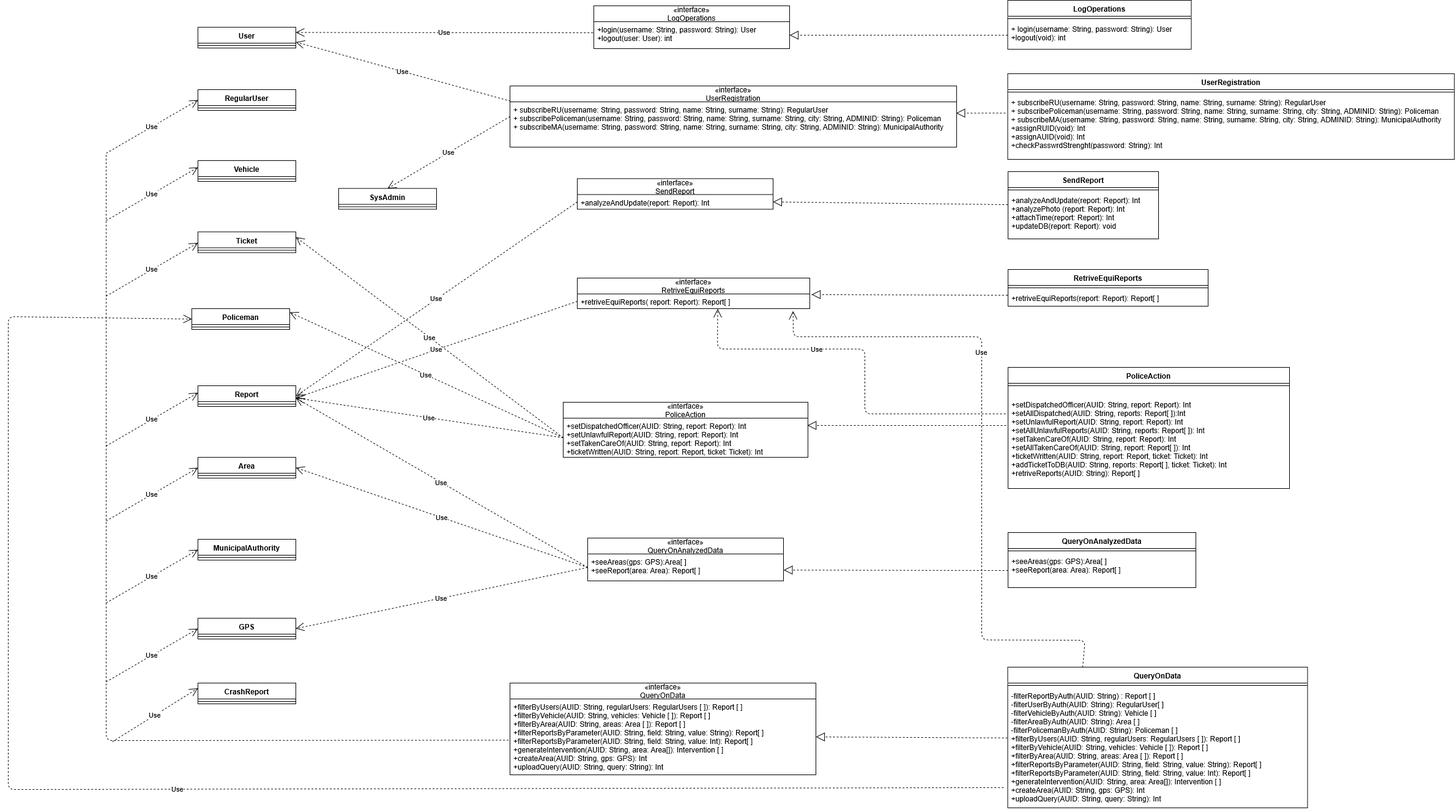
Earlier version of the draw.io export DD/Images/component_class_relation.png (fafrullo2/PanzeriPeruginiPipita). Source tidied: cells renumbered, new cells last; positions are measured from the earlier drawing's top-left corner, leaving out a move shared by most shapes.
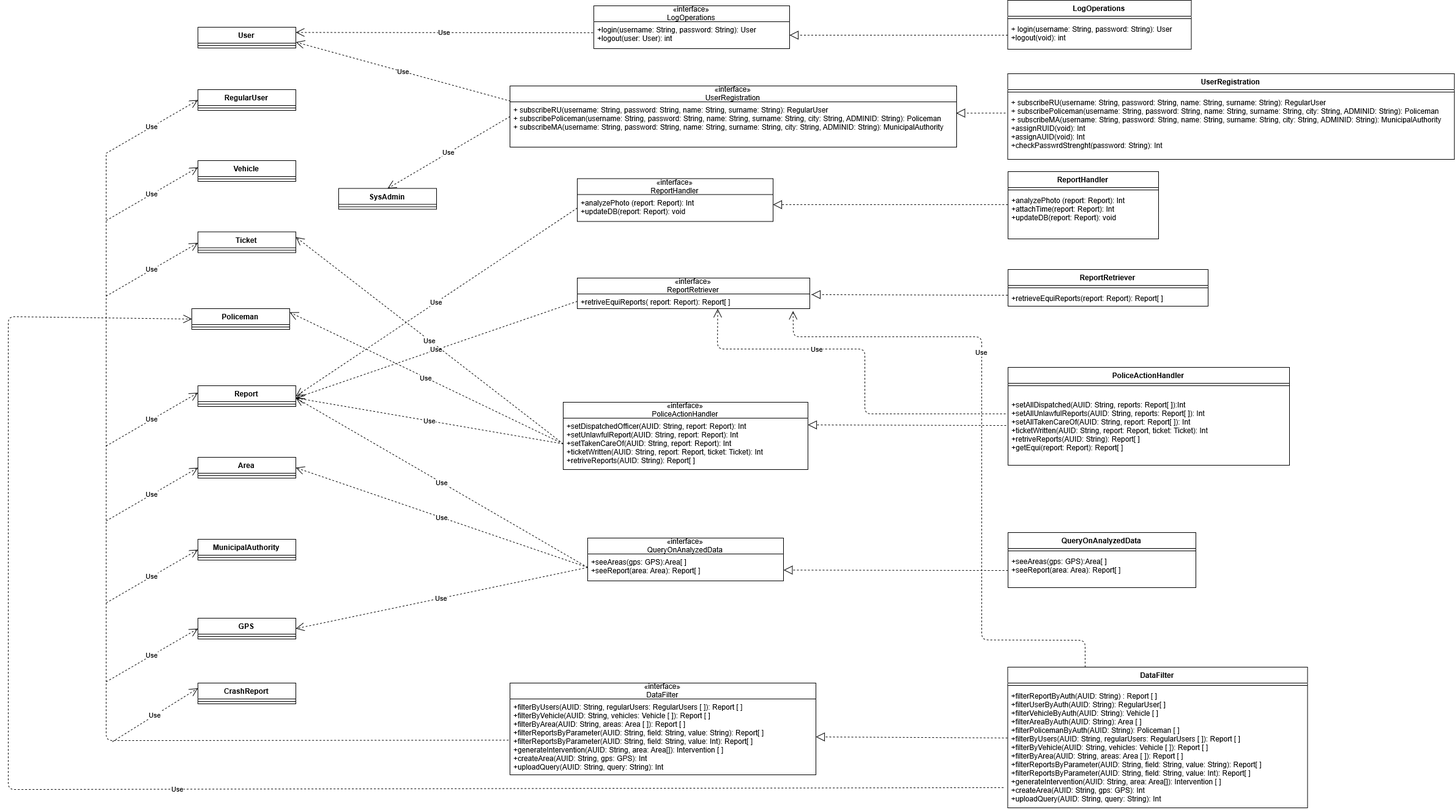
Above is the later version.

What changed in the source:
```diff
@@ -44,32 +44,32 @@
     <mxCell id="15" value="+ subscribeRU(username: String, password: String, name: String, surname: String): RegularUser&#10;+ subscribePoliceman(username: String, password: String, name: String, surname: String, city: String, ADMINID: String): Policeman&#10;+ subscribeMA(username: String, password: String, name: String, surname: String, city: String, ADMINID: String): MunicipalAuthority" style="text;strokeColor=none;fillColor=none;align=left;verticalAlign=top;spacingLeft=4;spacingRight=4;overflow=hidden;points=[[0,0.5],[1,0.5]];portConstraint=eastwest;" parent="14" vertex="1">
       <mxGeometry y="26" width="730" height="74" as="geometry" />
     </mxCell>
-    <mxCell id="16" value="SendReport" style="swimlane;fontStyle=1;align=center;verticalAlign=top;horizontal=1;startSize=26;" parent="1" vertex="1">
+    <mxCell id="16" value="ReportHandler" style="swimlane;fontStyle=1;align=center;verticalAlign=top;horizontal=1;startSize=26;" parent="1" vertex="1">
       <mxGeometry x="1634" y="280" width="246" height="110" as="geometry" />
     </mxCell>
     <mxCell id="17" style="line;strokeWidth=1;fillColor=none;align=left;verticalAlign=middle;spacingTop=-1;spacingLeft=3;spacingRight=3;labelPosition=right;" parent="16" vertex="1">
       <mxGeometry y="26" width="246" height="8" as="geometry" />
     </mxCell>
-    <mxCell id="18" value="+analyzeAndUpdate(report: Report): Int&#10;+analyzePhoto (report: Report): Int&#10;+attachTime(report: Report): Int&#10;+updateDB(report: Report): void" style="text;strokeColor=none;fillColor=none;align=left;verticalAlign=top;spacingLeft=4;spacingRight=4;overflow=hidden;points=[[0,0.5],[1,0.5]];portConstraint=eastwest;" parent="16" vertex="1">
+    <mxCell id="18" value="+analyzePhoto (report: Report): Int&#10;+attachTime(report: Report): Int&#10;+updateDB(report: Report): void" style="text;strokeColor=none;fillColor=none;align=left;verticalAlign=top;spacingLeft=4;spacingRight=4;overflow=hidden;points=[[0,0.5],[1,0.5]];portConstraint=eastwest;" parent="16" vertex="1">
       <mxGeometry y="34" width="246" height="76" as="geometry" />
     </mxCell>
-    <mxCell id="19" value="RetriveEquiReports" style="swimlane;fontStyle=1;align=center;verticalAlign=top;horizontal=1;startSize=26;" parent="1" vertex="1">
+    <mxCell id="19" value="ReportRetriever" style="swimlane;fontStyle=1;align=center;verticalAlign=top;horizontal=1;startSize=26;" parent="1" vertex="1">
       <mxGeometry x="1634" y="440" width="327" height="60" as="geometry" />
     </mxCell>
     <mxCell id="20" style="line;strokeWidth=1;fillColor=none;align=left;verticalAlign=middle;spacingTop=-1;spacingLeft=3;spacingRight=3;labelPosition=right;" parent="19" vertex="1">
       <mxGeometry y="26" width="327" height="8" as="geometry" />
     </mxCell>
-    <mxCell id="21" value="+retriveEquiReports(report: Report): Report[ ]" style="text;strokeColor=none;fillColor=none;align=left;verticalAlign=top;spacingLeft=4;spacingRight=4;overflow=hidden;points=[[0,0.5],[1,0.5]];portConstraint=eastwest;" parent="19" vertex="1">
+    <mxCell id="21" value="+retrieveEquiReports(report: Report): Report[ ]" style="text;strokeColor=none;fillColor=none;align=left;verticalAlign=top;spacingLeft=4;spacingRight=4;overflow=hidden;points=[[0,0.5],[1,0.5]];portConstraint=eastwest;" parent="19" vertex="1">
       <mxGeometry y="34" width="327" height="26" as="geometry" />
     </mxCell>
-    <mxCell id="22" value="PoliceAction" style="swimlane;fontStyle=1;align=center;verticalAlign=top;horizontal=1;startSize=26;" parent="1" vertex="1">
-      <mxGeometry x="1634" y="600" width="460" height="198" as="geometry" />
+    <mxCell id="22" value="PoliceActionHandler" style="swimlane;fontStyle=1;align=center;verticalAlign=top;horizontal=1;startSize=26;" parent="1" vertex="1">
+      <mxGeometry x="1634" y="600" width="460" height="160" as="geometry" />
     </mxCell>
     <mxCell id="23" style="line;strokeWidth=1;fillColor=none;align=left;verticalAlign=middle;spacingTop=-1;spacingLeft=3;spacingRight=3;labelPosition=right;" parent="22" vertex="1">
       <mxGeometry y="26" width="460" height="8" as="geometry" />
     </mxCell>
-    <mxCell id="24" value="&#10;+setDispatchedOfficer(AUID: String, report: Report): Int&#10;+setAllDispatched(AUID: String, reports: Report[ ]):Int&#10;+setUnlawfulReport(AUID: String, report: Report): Int&#10;+setAllUnlawfulReports(AUID: String, reports: Report[ ]): Int&#10;+setTakenCareOf(AUID: String, report: Report): Int&#10;+setAllTakenCareOf(AUID: String, report: Report[ ]): Int&#10;+ticketWritten(AUID: String, report: Report, ticket: Ticket): Int&#10;+addTicketToDB(AUID: String, reports: Report[ ], ticket: Ticket): Int&#10;+retriveReports(AUID: String): Report[ ]" style="text;strokeColor=none;fillColor=none;align=left;verticalAlign=top;spacingLeft=4;spacingRight=4;overflow=hidden;" parent="22" vertex="1">
-      <mxGeometry y="34" width="460" height="164" as="geometry" />
+    <mxCell id="24" value="&#10;+setAllDispatched(AUID: String, reports: Report[ ]):Int&#10;+setAllUnlawfulReports(AUID: String, reports: Report[ ]): Int&#10;+setAllTakenCareOf(AUID: String, report: Report[ ]): Int&#10;+ticketWritten(AUID: String, report: Report, ticket: Ticket): Int&#10;+retriveReports(AUID: String): Report[ ]&#10;+getEqui(report: Report): Report[ ]" style="text;strokeColor=none;fillColor=none;align=left;verticalAlign=top;spacingLeft=4;spacingRight=4;overflow=hidden;" parent="22" vertex="1">
+      <mxGeometry y="34" width="460" height="126" as="geometry" />
     </mxCell>
     <mxCell id="25" value="QueryOnAnalyzedData" style="swimlane;fontStyle=1;align=center;verticalAlign=top;horizontal=1;startSize=26;" parent="1" vertex="1">
       <mxGeometry x="1634" y="870" width="307" height="90" as="geometry" />
@@ -80,32 +80,32 @@
     <mxCell id="27" value="+seeAreas(gps: GPS):Area[ ]&#10;+seeReport(area: Area): Report[ ]" style="text;strokeColor=none;fillColor=none;align=left;verticalAlign=top;spacingLeft=4;spacingRight=4;overflow=hidden;points=[[0,0.5],[1,0.5]];portConstraint=eastwest;" parent="25" vertex="1">
       <mxGeometry y="34" width="307" height="56" as="geometry" />
     </mxCell>
-    <mxCell id="28" value="QueryOnData" style="swimlane;fontStyle=1;align=center;verticalAlign=top;horizontal=1;startSize=26;" parent="1" vertex="1">
+    <mxCell id="28" value="DataFilter" style="swimlane;fontStyle=1;align=center;verticalAlign=top;horizontal=1;startSize=26;" parent="1" vertex="1">
       <mxGeometry x="1633.5" y="1090" width="490" height="230" as="geometry" />
     </mxCell>
     <mxCell id="29" style="line;strokeWidth=1;fillColor=none;align=left;verticalAlign=middle;spacingTop=-1;spacingLeft=3;spacingRight=3;labelPosition=right;" parent="28" vertex="1">
       <mxGeometry y="26" width="490" height="8" as="geometry" />
     </mxCell>
-    <mxCell id="30" value="-filterReportByAuth(AUID: String) : Report [ ]&#10;-filterUserByAuth(AUID: String): RegularUser[ ]&#10;-filterVehicleByAuth(AUID: String): Vehicle [ ]&#10;-filterAreaByAuth(AUID: String): Area [ ]&#10;-filterPolicemanByAuth(AUID: String): Policeman [ ]&#10;+filterByUsers(AUID: String, regularUsers: RegularUsers [ ]): Report [ ]&#10;+filterByVehicle(AUID: String, vehicles: Vehicle [ ]): Report [ ]&#10;+filterByArea(AUID: String, areas: Area [ ]): Report [ ]&#10;+filterReportsByParameter(AUID: String, field: String, value: String): Report[ ]&#10;+filterReportsByParameter(AUID: String, field: String, value: Int): Report[ ]&#10;+generateIntervention(AUID: String, area: Area[]): Intervention [ ]&#10;+createArea(AUID: String, gps: GPS): Int&#10;+uploadQuery(AUID: String, query: String): Int" style="text;strokeColor=none;fillColor=none;align=left;verticalAlign=top;spacingLeft=4;spacingRight=4;overflow=hidden;points=[[0,0.5],[1,0.5]];portConstraint=eastwest;" parent="28" vertex="1">
+    <mxCell id="30" value="+filterReportByAuth(AUID: String) : Report [ ]&#10;+filterUserByAuth(AUID: String): RegularUser[ ]&#10;+filterVehicleByAuth(AUID: String): Vehicle [ ]&#10;+filterAreaByAuth(AUID: String): Area [ ]&#10;+filterPolicemanByAuth(AUID: String): Policeman [ ]&#10;+filterByUsers(AUID: String, regularUsers: RegularUsers [ ]): Report [ ]&#10;+filterByVehicle(AUID: String, vehicles: Vehicle [ ]): Report [ ]&#10;+filterByArea(AUID: String, areas: Area [ ]): Report [ ]&#10;+filterReportsByParameter(AUID: String, field: String, value: String): Report[ ]&#10;+filterReportsByParameter(AUID: String, field: String, value: Int): Report[ ]&#10;+generateIntervention(AUID: String, area: Area[]): Intervention [ ]&#10;+createArea(AUID: String, gps: GPS): Int&#10;+uploadQuery(AUID: String, query: String): Int" style="text;strokeColor=none;fillColor=none;align=left;verticalAlign=top;spacingLeft=4;spacingRight=4;overflow=hidden;points=[[0,0.5],[1,0.5]];portConstraint=eastwest;" parent="28" vertex="1">
       <mxGeometry y="34" width="490" height="196" as="geometry" />
     </mxCell>
-    <mxCell id="31" value="«interface»&#10;SendReport" style="swimlane;fontStyle=0;horizontal=1;startSize=26;fillColor=none;" parent="1" vertex="1">
-      <mxGeometry x="930" y="291.5" width="320" height="50" as="geometry" />
+    <mxCell id="31" value="«interface»&#10;ReportHandler" style="swimlane;fontStyle=0;horizontal=1;startSize=26;fillColor=none;" parent="1" vertex="1">
+      <mxGeometry x="930" y="291.5" width="320" height="70" as="geometry" />
     </mxCell>
-    <mxCell id="32" value="+analyzeAndUpdate(report: Report): Int" style="text;strokeColor=none;fillColor=none;align=left;verticalAlign=top;spacingLeft=4;spacingRight=4;overflow=hidden;points=[[0,0.5],[1,0.5]];portConstraint=eastwest;" parent="31" vertex="1">
-      <mxGeometry y="26" width="320" height="24" as="geometry" />
+    <mxCell id="32" value="+analyzePhoto (report: Report): Int&#10;+updateDB(report: Report): void&#10;" style="text;strokeColor=none;fillColor=none;align=left;verticalAlign=top;spacingLeft=4;spacingRight=4;overflow=hidden;points=[[0,0.5],[1,0.5]];portConstraint=eastwest;" parent="31" vertex="1">
+      <mxGeometry y="26" width="320" height="44" as="geometry" />
     </mxCell>
-    <mxCell id="33" value="«interface»&#10;RetriveEquiReports" style="swimlane;fontStyle=0;horizontal=1;startSize=26;fillColor=none;" parent="1" vertex="1">
+    <mxCell id="33" value="«interface»&#10;ReportRetriever" style="swimlane;fontStyle=0;horizontal=1;startSize=26;fillColor=none;" parent="1" vertex="1">
       <mxGeometry x="930" y="454" width="380" height="50" as="geometry" />
     </mxCell>
     <mxCell id="34" value="+retriveEquiReports( report: Report): Report[ ]" style="text;strokeColor=none;fillColor=none;align=left;verticalAlign=top;spacingLeft=4;spacingRight=4;overflow=hidden;points=[[0,0.5],[1,0.5]];portConstraint=eastwest;" parent="33" vertex="1">
       <mxGeometry y="26" width="380" height="24" as="geometry" />
     </mxCell>
-    <mxCell id="35" value="«interface»&#10;PoliceAction" style="swimlane;fontStyle=0;horizontal=1;startSize=26;fillColor=none;" parent="1" vertex="1">
-      <mxGeometry x="907" y="657" width="400" height="90" as="geometry" />
+    <mxCell id="35" value="«interface»&#10;PoliceActionHandler" style="swimlane;fontStyle=0;horizontal=1;startSize=26;fillColor=none;" parent="1" vertex="1">
+      <mxGeometry x="907" y="657" width="400" height="110" as="geometry" />
     </mxCell>
-    <mxCell id="36" value="+setDispatchedOfficer(AUID: String, report: Report): Int&#10;+setUnlawfulReport(AUID: String, report: Report): Int&#10;+setTakenCareOf(AUID: String, report: Report): Int&#10;+ticketWritten(AUID: String, report: Report, ticket: Ticket): Int" style="text;strokeColor=none;fillColor=none;align=left;verticalAlign=top;spacingLeft=4;spacingRight=4;overflow=hidden;points=[[0,0.5],[1,0.5]];portConstraint=eastwest;" parent="35" vertex="1">
-      <mxGeometry y="26" width="400" height="64" as="geometry" />
+    <mxCell id="36" value="+setDispatchedOfficer(AUID: String, report: Report): Int&#10;+setUnlawfulReport(AUID: String, report: Report): Int&#10;+setTakenCareOf(AUID: String, report: Report): Int&#10;+ticketWritten(AUID: String, report: Report, ticket: Ticket): Int&#10;+retriveReports(AUID: String): Report[ ]" style="text;strokeColor=none;fillColor=none;align=left;verticalAlign=top;spacingLeft=4;spacingRight=4;overflow=hidden;points=[[0,0.5],[1,0.5]];portConstraint=eastwest;" parent="35" vertex="1">
+      <mxGeometry y="26" width="400" height="84" as="geometry" />
     </mxCell>
     <mxCell id="37" value="«interface»&#10;QueryOnAnalyzedData" style="swimlane;fontStyle=0;horizontal=1;startSize=26;fillColor=none;" parent="1" vertex="1">
       <mxGeometry x="947" y="879" width="320" height="70" as="geometry" />
@@ -113,7 +113,7 @@
     <mxCell id="38" value="+seeAreas(gps: GPS):Area[ ]&#10;+seeReport(area: Area): Report[ ]" style="text;strokeColor=none;fillColor=none;align=left;verticalAlign=top;spacingLeft=4;spacingRight=4;overflow=hidden;points=[[0,0.5],[1,0.5]];portConstraint=eastwest;" parent="37" vertex="1">
       <mxGeometry y="26" width="320" height="44" as="geometry" />
     </mxCell>
-    <mxCell id="39" value="«interface»&#10;QueryOnData" style="swimlane;fontStyle=0;horizontal=1;startSize=26;fillColor=none;" parent="1" vertex="1">
+    <mxCell id="39" value="«interface»&#10;DataFilter" style="swimlane;fontStyle=0;horizontal=1;startSize=26;fillColor=none;" parent="1" vertex="1">
       <mxGeometry x="820" y="1116" width="500" height="150" as="geometry" />
     </mxCell>
     <mxCell id="40" value="+filterByUsers(AUID: String, regularUsers: RegularUsers [ ]): Report [ ]&#10;+filterByVehicle(AUID: String, vehicles: Vehicle [ ]): Report [ ]&#10;+filterByArea(AUID: String, areas: Area [ ]): Report [ ]&#10;+filterReportsByParameter(AUID: String, field: String, value: String): Report[ ]&#10;+filterReportsByParameter(AUID: String, field: String, value: Int): Report[ ]&#10;+generateIntervention(AUID: String, area: Area[]): Intervention [ ]&#10;+createArea(AUID: String, gps: GPS): Int&#10;+uploadQuery(AUID: String, query: String): Int" style="text;strokeColor=none;fillColor=none;align=left;verticalAlign=top;spacingLeft=4;spacingRight=4;overflow=hidden;points=[[0,0.5],[1,0.5]];portConstraint=eastwest;" parent="39" vertex="1">
@@ -155,15 +155,17 @@
     <mxCell id="52" style="endArrow=block;dashed=1;endFill=0;endSize=12;html=1;entryX=1;entryY=0.5;entryDx=0;entryDy=0;exitX=0;exitY=0.5;exitDx=0;exitDy=0;" parent="1" edge="1" source="6" target="8">
       <mxGeometry relative="1" as="geometry" />
     </mxCell>
-    <mxCell id="53" style="endArrow=block;dashed=1;endFill=0;endSize=12;html=1;exitX=-0.001;exitY=0.263;exitDx=0;exitDy=0;exitPerimeter=0;entryX=1;entryY=0.5;entryDx=0;entryDy=0;" parent="1" edge="1" source="18" target="32">
-      <mxGeometry relative="1" as="geometry" />
+    <mxCell id="53" style="endArrow=block;dashed=1;endFill=0;endSize=12;html=1;exitX=-0.001;exitY=0.263;exitDx=0;exitDy=0;exitPerimeter=0;" parent="1" edge="1" source="18">
+      <mxGeometry relative="1" as="geometry">
+        <mxPoint x="1250" y="334" as="targetPoint" />
+      </mxGeometry>
     </mxCell>
     <mxCell id="54" style="endArrow=block;dashed=1;endFill=0;endSize=12;html=1;exitX=-0.002;exitY=0.31;exitDx=0;exitDy=0;exitPerimeter=0;" parent="1" edge="1" source="21">
       <mxGeometry relative="1" as="geometry">
         <mxPoint x="1313" y="481" as="targetPoint" />
       </mxGeometry>
     </mxCell>
-    <mxCell id="55" style="endArrow=block;dashed=1;endFill=0;endSize=12;html=1;entryX=0.998;entryY=0.186;entryDx=0;entryDy=0;entryPerimeter=0;" parent="1" edge="1" target="36">
+    <mxCell id="55" style="endArrow=block;dashed=1;endFill=0;endSize=12;html=1;entryX=1;entryY=0.131;entryDx=0;entryDy=0;entryPerimeter=0;" parent="1" edge="1" target="36">
       <mxGeometry relative="1" as="geometry">
         <mxPoint x="1631" y="695" as="sourcePoint" />
       </mxGeometry>
@@ -301,8 +303,9 @@
         <mxPoint x="310" y="1124.5" as="targetPoint" />
       </mxGeometry>
     </mxCell>
-    <mxCell id="85" value="Use" style="endArrow=open;endSize=12;dashed=1;html=1;entryX=0.928;entryY=1.162;entryDx=0;entryDy=0;entryPerimeter=0;exitX=0.25;exitY=0;exitDx=0;exitDy=0;" parent="1" edge="1" source="28" target="34">
+    <mxCell id="85" value="Use" style="endArrow=open;endSize=12;dashed=1;html=1;entryX=0.928;entryY=1.162;entryDx=0;entryDy=0;entryPerimeter=0;" parent="1" edge="1" target="34">
       <mxGeometry x="0.29" relative="1" as="geometry">
+        <mxPoint x="1760" y="1090" as="sourcePoint" />
         <Array as="points">
           <mxPoint x="1760" y="1046" />
           <mxPoint x="1591" y="1045.5" />
```
